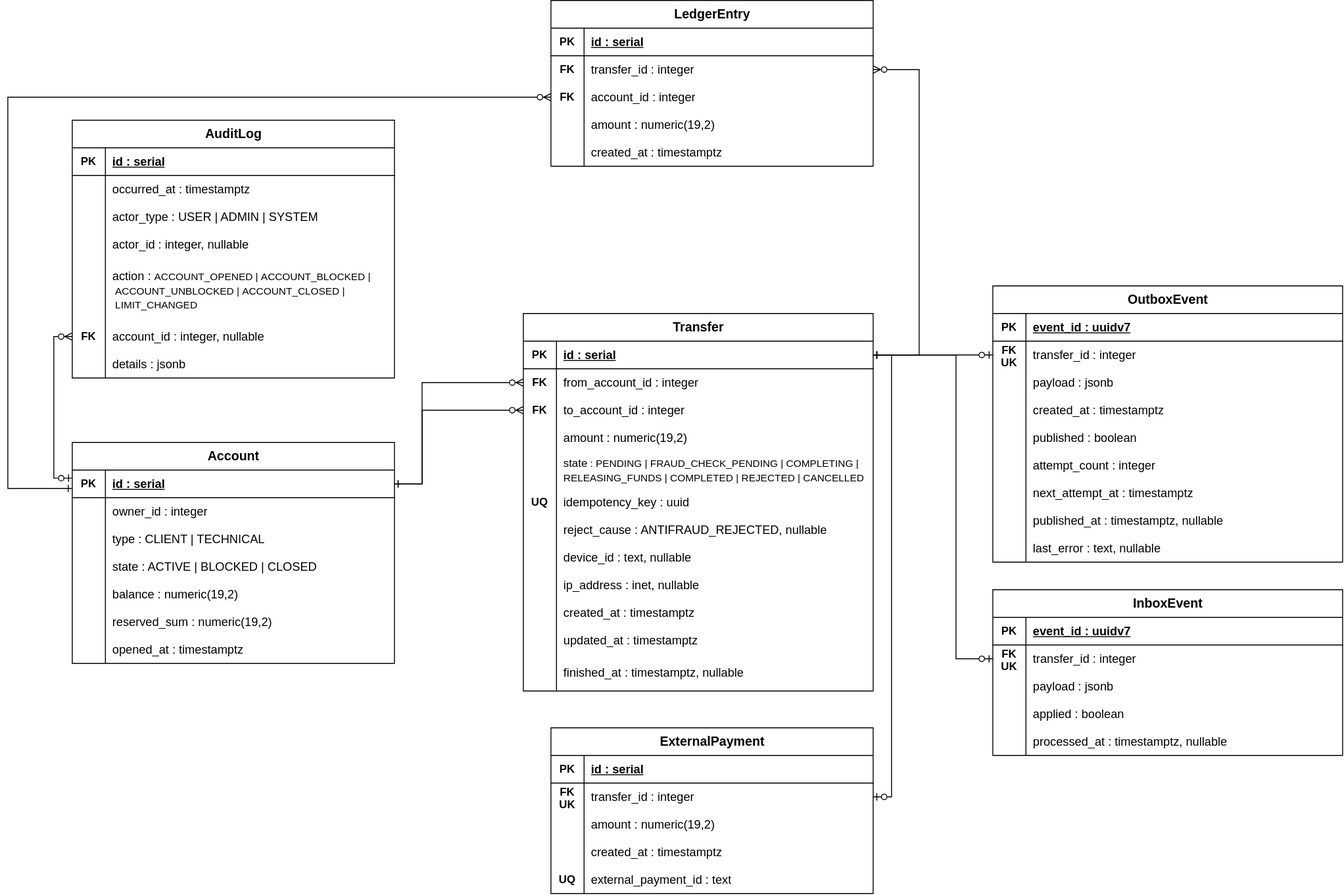
Earlier version of the draw.io export backend/docs/data-models/compiled/datalogic/datalogic-money.svg (georgeboiko/e-bank). Source tidied: cells renumbered, new cells last; positions are measured from the earlier drawing's top-left corner, leaving out a move shared by most shapes.
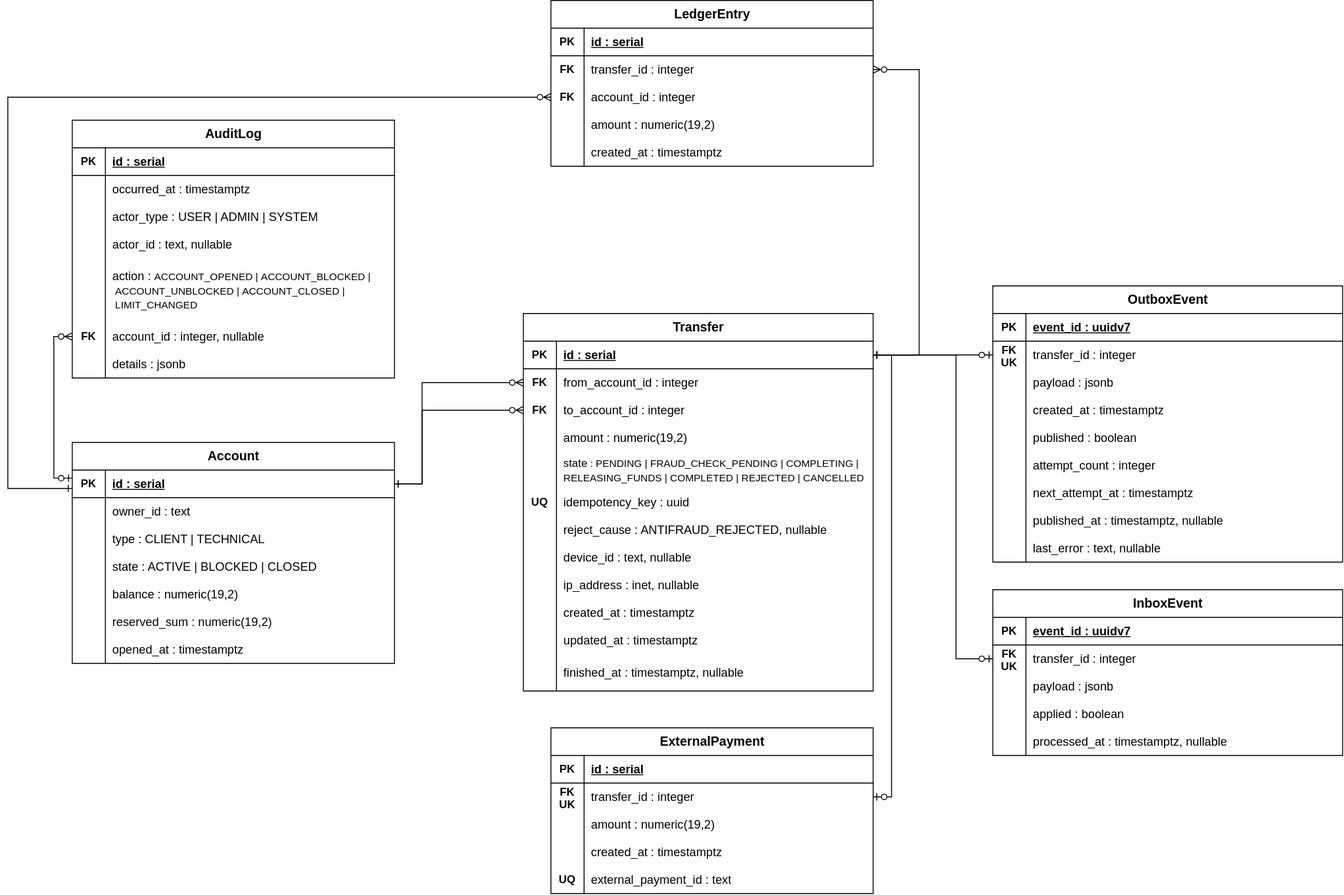
The same diagram one commit later.

Change to the diagram source:
```diff
@@ -20,7 +20,7 @@
     <mxCell id="7" style="shape=partialRectangle;fillColor=none;top=0;left=0;bottom=0;right=0;fontStyle=1;overflow=hidden;whiteSpace=wrap;html=1;fontSize=12;" parent="6" vertex="1">
       <mxGeometry width="36" height="30" as="geometry" />
     </mxCell>
-    <mxCell id="8" value="owner_id : integer" style="shape=partialRectangle;fillColor=none;top=0;left=0;bottom=0;right=0;align=left;spacingLeft=6;fontStyle=0;overflow=hidden;whiteSpace=wrap;html=1;fontSize=13;" parent="6" vertex="1">
+    <mxCell id="8" value="owner_id : text" style="shape=partialRectangle;fillColor=none;top=0;left=0;bottom=0;right=0;align=left;spacingLeft=6;fontStyle=0;overflow=hidden;whiteSpace=wrap;html=1;fontSize=13;" parent="6" vertex="1">
       <mxGeometry x="36" width="314" height="30" as="geometry" />
     </mxCell>
     <mxCell id="9" style="shape=tableRow;horizontal=0;startSize=0;swimlaneHead=0;swimlaneBody=0;fillColor=none;top=0;left=0;right=0;bottom=0;" parent="2" vertex="1">
@@ -263,7 +263,7 @@
     <mxCell id="88" style="shape=partialRectangle;fillColor=none;top=0;left=0;bottom=0;right=0;fontStyle=1;overflow=hidden;whiteSpace=wrap;html=1;fontSize=12;" parent="87" vertex="1">
       <mxGeometry width="36" height="30" as="geometry" />
     </mxCell>
-    <mxCell id="89" value="actor_id : integer, nullable" style="shape=partialRectangle;fillColor=none;top=0;left=0;bottom=0;right=0;align=left;spacingLeft=6;fontStyle=0;overflow=hidden;whiteSpace=wrap;html=1;fontSize=13;" parent="87" vertex="1">
+    <mxCell id="89" value="actor_id : text, nullable" style="shape=partialRectangle;fillColor=none;top=0;left=0;bottom=0;right=0;align=left;spacingLeft=6;fontStyle=0;overflow=hidden;whiteSpace=wrap;html=1;fontSize=13;" parent="87" vertex="1">
       <mxGeometry x="36" width="314" height="30" as="geometry" />
     </mxCell>
     <mxCell id="90" style="shape=tableRow;horizontal=0;startSize=0;swimlaneHead=0;swimlaneBody=0;fillColor=none;top=0;left=0;right=0;bottom=0;" parent="77" vertex="1">
```
